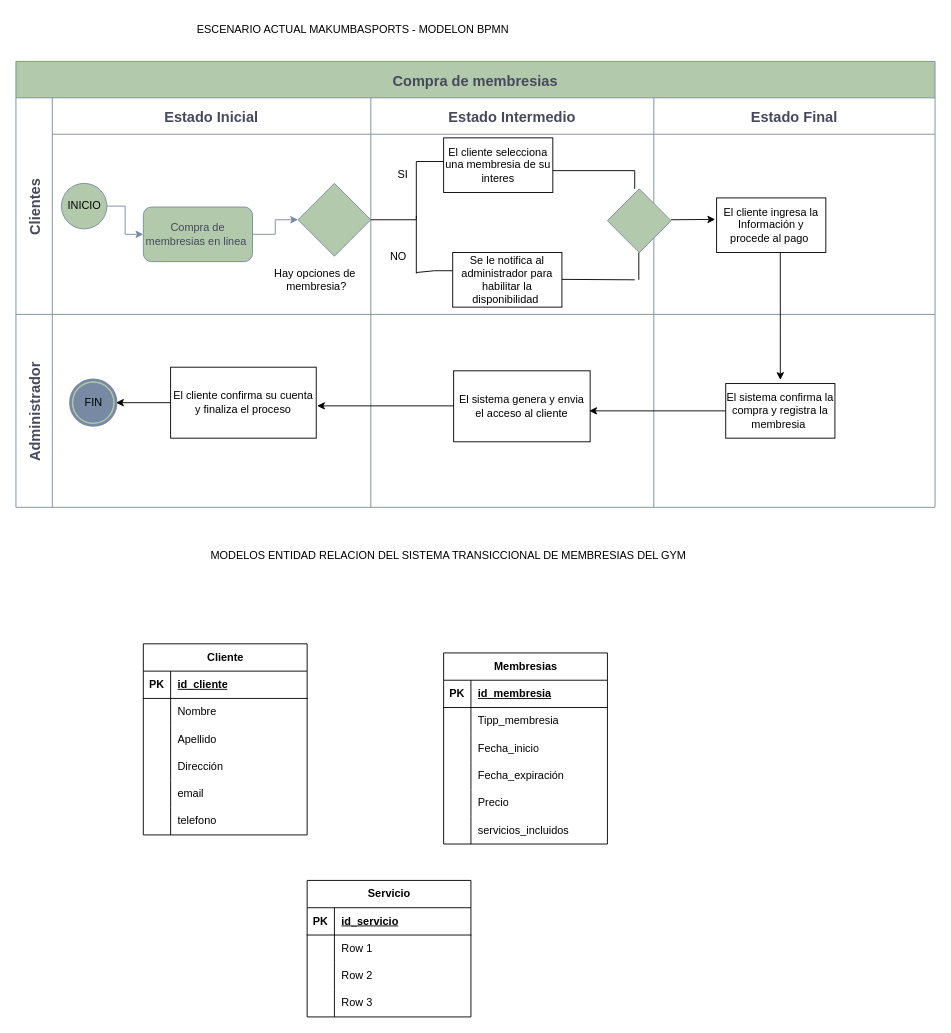
Above: page "MODELO BOMN-ACTUAL" (1 of 5) of 1.Planear/MAKUMBASPORTS.drawio in Ale-pool/MAKUMBASPORTS (draw.io), before the change. Source tidied: cells renumbered, new cells numbered last; positions are measured from the earlier drawing's top-left corner, leaving out a move shared by most shapes. Both pictures are drawn from the tidied source at 91%, with x=0, y=0 at pixel (15, 15).
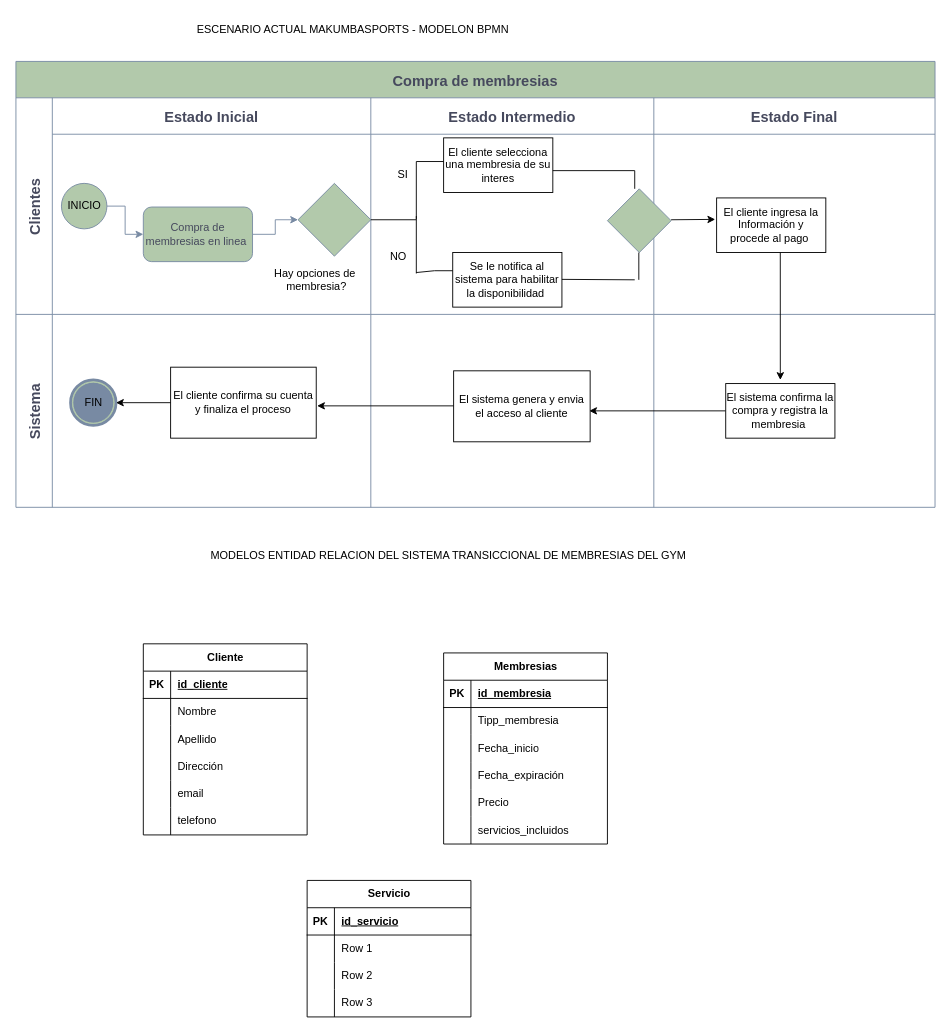
Above is the later version.

Unchanged cells that the change refers to:
```xml
<mxCell id="3" value="Compra de membresias" style="shape=table;childLayout=tableLayout;startSize=40;fontSize=16;fontStyle=1;labelBackgroundColor=none;fillColor=#B2C9AB;strokeColor=#788AA3;fontColor=#46495D;" parent="1" vertex="1">
  <mxGeometry y="50" width="1010" height="490" as="geometry" />
</mxCell>
<mxCell id="13" value="Estado Intermedio" style="swimlane;swimlaneHead=0;swimlaneBody=0;fontStyle=1;fillColor=none;startSize=40;fontSize=16;labelBackgroundColor=none;strokeColor=#788AA3;fontColor=#46495D;" parent="4" vertex="1">
  <mxGeometry x="390" width="311" height="238" as="geometry" />
</mxCell>
```

Change to the diagram source:
```diff
@@
-    <mxCell id="20" value="Se le notifica al administrador para habilitar la disponibilidad&amp;nbsp;" style="rounded=0;whiteSpace=wrap;html=1;" parent="13" vertex="1">
+    <mxCell id="20" value="Se le notifica al sistema para habilitar la disponibilidad&amp;nbsp;" style="rounded=0;whiteSpace=wrap;html=1;" parent="13" vertex="1">
       <mxGeometry x="90" y="170" width="120" height="60" as="geometry" />
     </mxCell>
@@
-    <mxCell id="32" value="Administrador" style="shape=tableRow;horizontal=0;swimlaneHead=0;swimlaneBody=0;top=0;left=0;bottom=0;right=0;fontStyle=1;fillColor=none;startSize=40;fontSize=16;labelBackgroundColor=none;strokeColor=#788AA3;fontColor=#46495D;" parent="3" vertex="1">
+    <mxCell id="32" value="Sistema" style="shape=tableRow;horizontal=0;swimlaneHead=0;swimlaneBody=0;top=0;left=0;bottom=0;right=0;fontStyle=1;fillColor=none;startSize=40;fontSize=16;labelBackgroundColor=none;strokeColor=#788AA3;fontColor=#46495D;" parent="3" vertex="1">
       <mxGeometry y="278" width="1010" height="212" as="geometry" />
     </mxCell>
```
